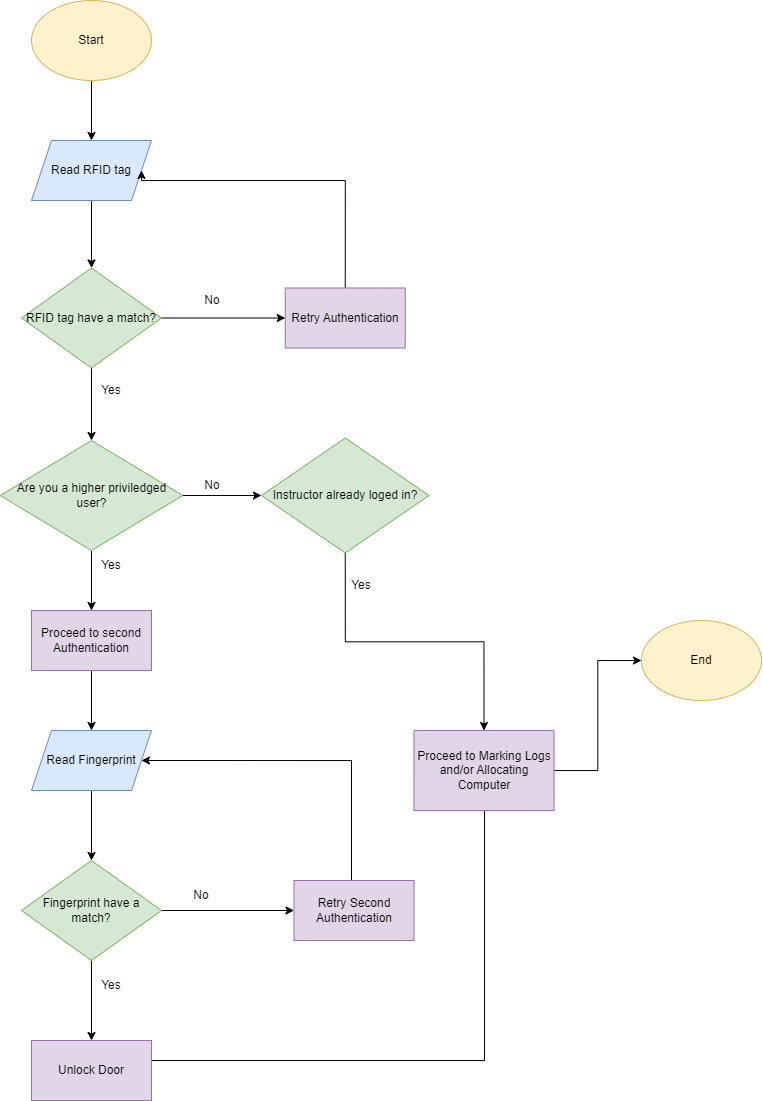
Before: Device Operation Flowchart.drawio.png, a diagram exported from draw.io (kaisunoo/Acads). Source tidied: cells renumbered, new cells last; positions are measured from the earlier drawing's top-left corner, leaving out a move shared by most shapes.
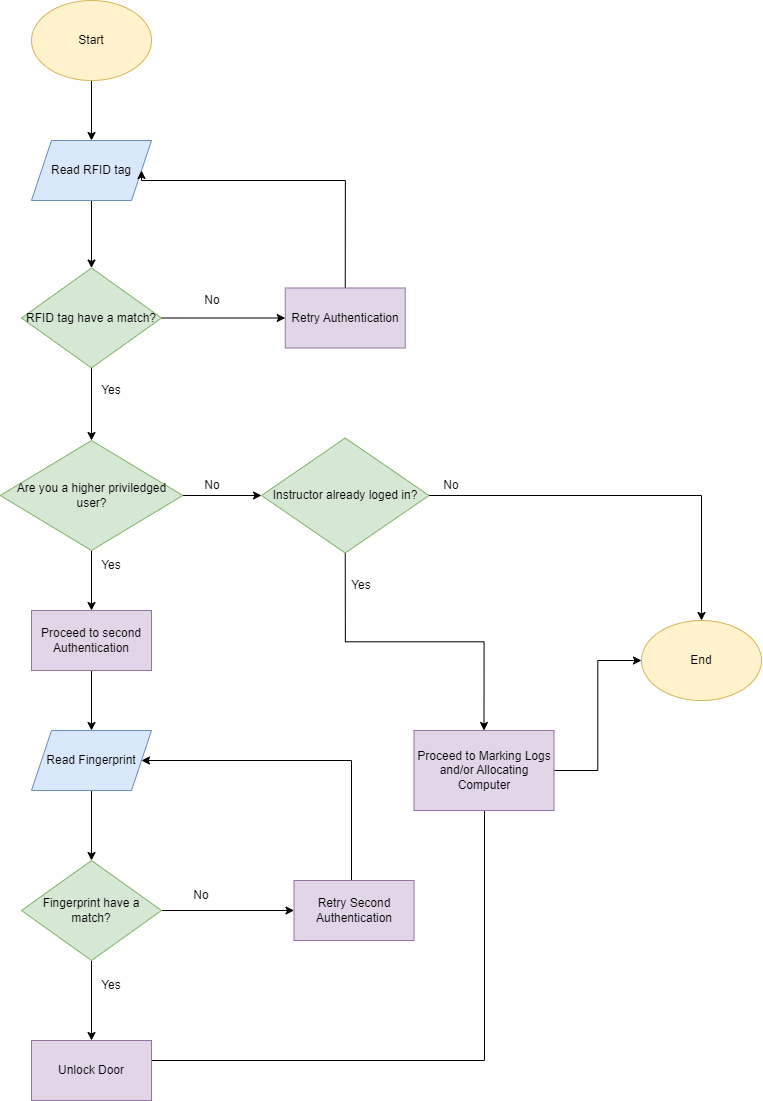
Later version of the same file.

What changed in the source:
```diff
@@ -115,11 +115,17 @@
     <mxCell id="34" style="edgeStyle=orthogonalEdgeStyle;rounded=0;jettySize=auto;html=1;entryX=0.5;entryY=0;entryDx=0;entryDy=0;exitX=0.5;exitY=1;exitDx=0;exitDy=0;" parent="1" edge="1" source="35" target="33">
       <mxGeometry relative="1" as="geometry" />
     </mxCell>
+    <mxCell id="37" style="edgeStyle=orthogonalEdgeStyle;rounded=0;jettySize=auto;html=1;entryX=0.5;entryY=0;entryDx=0;entryDy=0;" parent="1" edge="1" source="35" target="27">
+      <mxGeometry relative="1" as="geometry" />
+    </mxCell>
     <mxCell id="35" value="Instructor already loged in?" style="rhombus;whiteSpace=wrap;html=1;fillColor=#d5e8d4;strokeColor=#82b366;" parent="1" vertex="1">
       <mxGeometry x="261" y="437.5" width="167.5" height="115" as="geometry" />
     </mxCell>
     <mxCell id="36" value="Yes" style="text;strokeColor=none;align=center;fillColor=none;html=1;verticalAlign=middle;whiteSpace=wrap;rounded=0;" parent="1" vertex="1">
       <mxGeometry x="331" y="570" width="60" height="30" as="geometry" />
     </mxCell>
+    <mxCell id="38" value="No" style="text;strokeColor=none;align=center;fillColor=none;html=1;verticalAlign=middle;whiteSpace=wrap;rounded=0;" parent="1" vertex="1">
+      <mxGeometry x="421" y="470" width="60" height="30" as="geometry" />
+    </mxCell>
   </root>
 </mxGraphModel>
```
